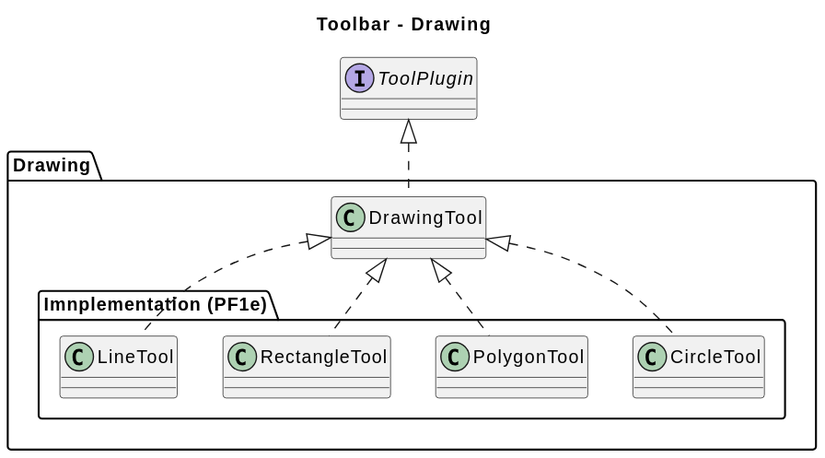
The PlantUML diagram toolbar-drawings.svg in Azhrei/toolbar-design, before a commit.
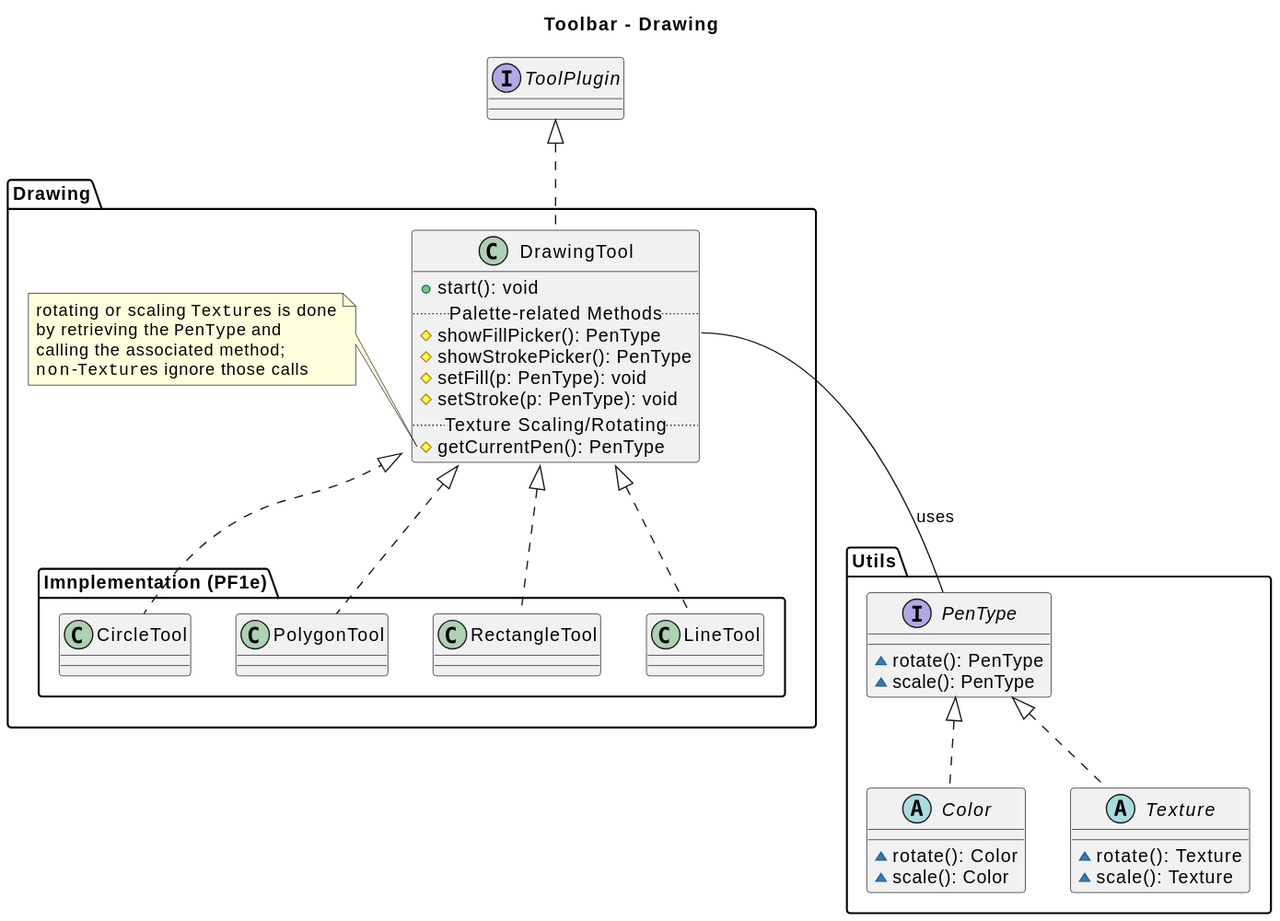
The same diagram one commit later.

What changed in the source:
```diff
@@ -3,9 +3,41 @@
 
 interface ToolPlugin
 
+package Utils {
+    interface PenType {
+        ~rotate(): PenType
+        ~scale(): PenType
+    }
+    abstract class Color implements PenType {
+        ~rotate(): Color
+        ~scale(): Color
+    }
+    abstract class Texture implements PenType {
+        ~rotate(): Texture
+        ~scale(): Texture
+    }
+}
+
 package Drawing {
     class DrawingTool implements .ToolPlugin {
+        +start(): void
+        ..Palette-related Methods..
+        #showFillPicker(): PenType
+        #showStrokePicker(): PenType
+        #setFill(p: PenType): void
+        #setStroke(p: PenType): void
+        ..Texture Scaling/Rotating..
+        #getCurrentPen(): PenType
     }
+
+    note left of DrawingTool::getCurrentPen
+      rotating or scaling ""Texture""s is done
+      by retrieving the ""PenType"" and
+      calling the associated method;
+      non-""Texture""s ignore those calls
+    end note
+
+    DrawingTool::showFillPicker -- .Utils.PenType : uses
 
     package Drawing.Implementation as "Imnplementation (PF1e)" {
         class CircleTool implements Drawing.DrawingTool {
```
